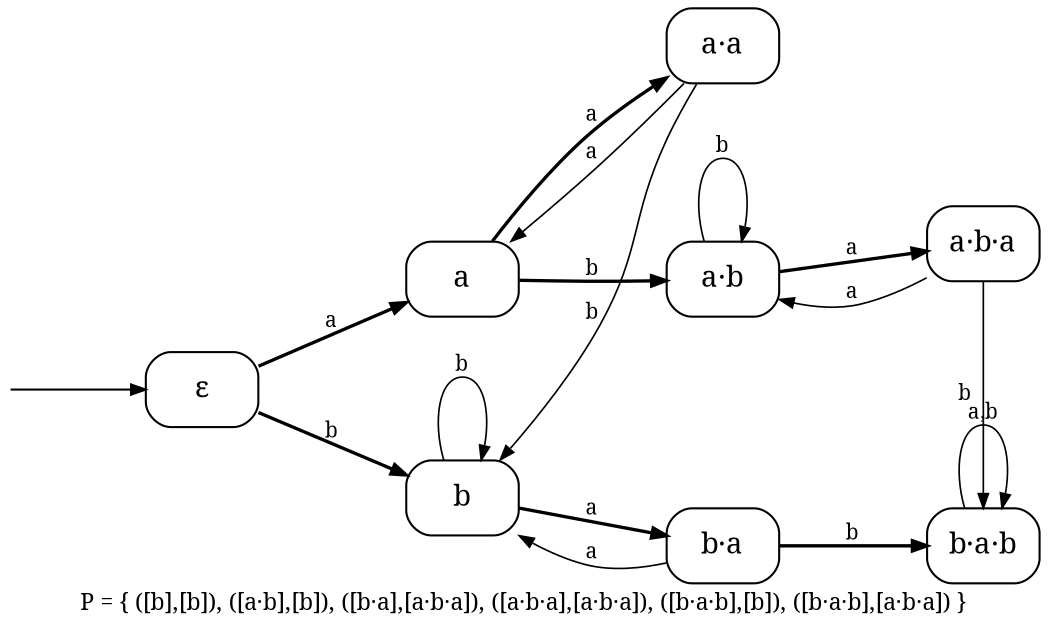
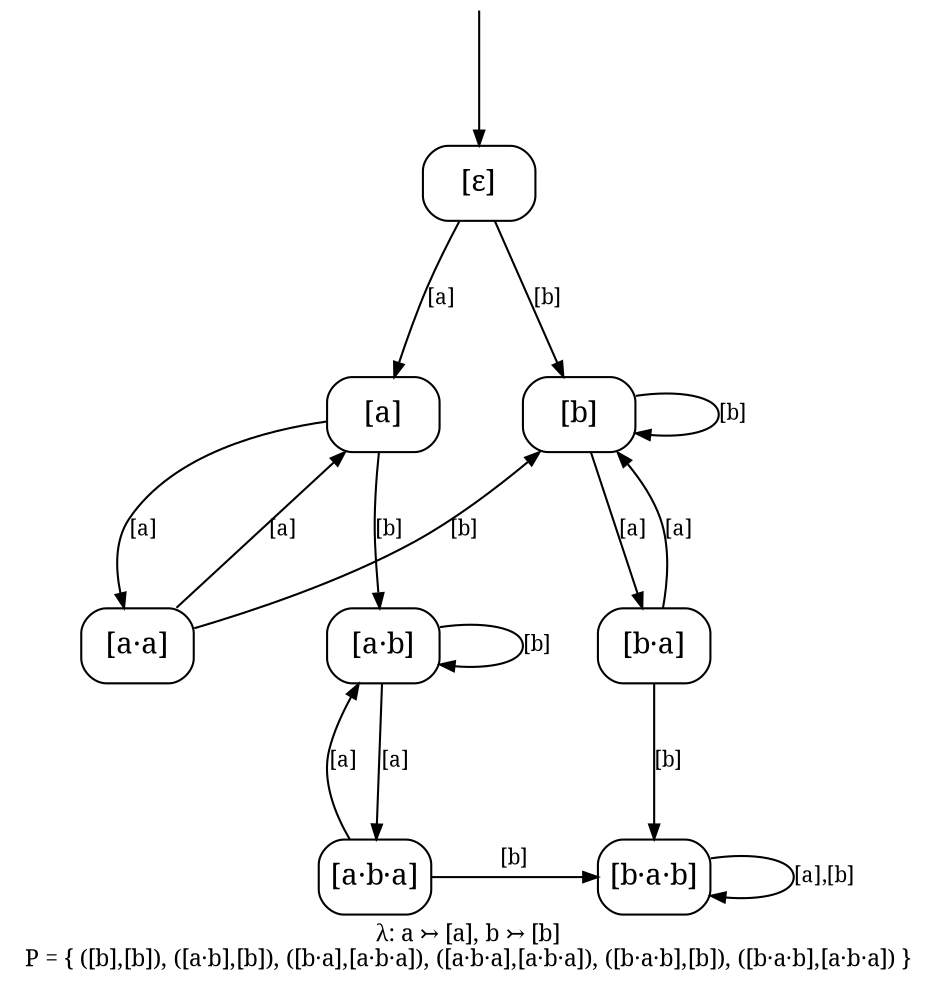
// sos2cayley evenblocks.sos --rename a=a,!a=b
digraph core_F3_evenblocks {
-   rankdir=LR;
+   rankdir=TB;
  ranksep=0.87; nodesep=0.55;
  node [shape=box, style=rounded, fontname="serif", margin="0.06,0.03"];
  edge [fontname="serif", fontsize=10, arrowsize=0.7];
-   label="P = { ([b],[b]), ([a·b],[b]), ([b·a],[a·b·a]), ([a·b·a],[a·b·a]), ([b·a·b],[b]), ([b·a·b],[a·b·a]) }"; labelloc="b"; labeljust="c";
-   fontname="serif"; fontsize=11;
+   label="λ: a ↣ [a], b ↣ [b]\nP = { ([b],[b]), ([a·b],[b]), ([b·a],[a·b·a]), ([a·b·a],[a·b·a]), ([b·a·b],[b]), ([b·a·b],[a·b·a]) }";
+   labelloc="b"; labeljust="c"; fontname="serif"; fontsize=11;

-   eps [label="ε"];
-   a [label="a"];
-   b [label="b"];
-   aa [label="a·a"];
-   ab [label="a·b"];
-   ba [label="b·a"];
-   aba [label="a·b·a"];
-   bab [label="b·a·b"];
+   eps [label="[ε]"];
+   a [label="[a]"];
+   b [label="[b]"];
+   aa [label="[a·a]"];
+   ab [label="[a·b]"];
+   ba [label="[b·a]"];
+   aba [label="[a·b·a]"];
+   bab [label="[b·a·b]"];
  _init [shape=none, label="", width=0.02, height=0.02];
  _init -> eps;

  { rank=same; eps; }
  { rank=same; a b; }
  { rank=same; aa ab ba; }
  { rank=same; aba bab; }

-   eps -> a [label="a", penwidth=1.6, weight=10];
-   eps -> b [label="b", penwidth=1.6, weight=10];
-   a -> aa [label="a", penwidth=1.6, weight=3];
-   a -> ab [label="b", penwidth=1.6, weight=3];
-   b -> ba [label="a", penwidth=1.6, weight=3];
-   b -> b [label="b", penwidth=0.8, weight=1];
-   aa -> a [label="a", penwidth=0.8, weight=1];
-   aa -> b [label="b", penwidth=0.8, weight=1];
-   ab -> aba [label="a", penwidth=1.6, weight=3];
-   ab -> ab [label="b", penwidth=0.8, weight=1];
-   ba -> b [label="a", penwidth=0.8, weight=1];
-   ba -> bab [label="b", penwidth=1.6, weight=3];
-   aba -> ab [label="a", penwidth=0.8, weight=1];
-   aba -> bab [label="b", penwidth=0.8, weight=1];
-   bab -> bab [label="a,b", penwidth=0.8, weight=1];
+   eps -> a [label="[a]", weight=10];
+   eps -> b [label="[b]", weight=10];
+   a -> aa [label="[a]", weight=3];
+   a -> ab [label="[b]", weight=3];
+   b -> ba [label="[a]", weight=3];
+   b -> b [label="[b]", weight=1];
+   aa -> a [label="[a]", weight=1];
+   aa -> b [label="[b]", weight=1];
+   ab -> aba [label="[a]", weight=3];
+   ab -> ab [label="[b]", weight=1];
+   ba -> b [label="[a]", weight=1];
+   ba -> bab [label="[b]", weight=3];
+   aba -> ab [label="[a]", weight=1];
+   aba -> bab [label="[b]", weight=1];
+   bab -> bab [label="[a],[b]", weight=1];
}
